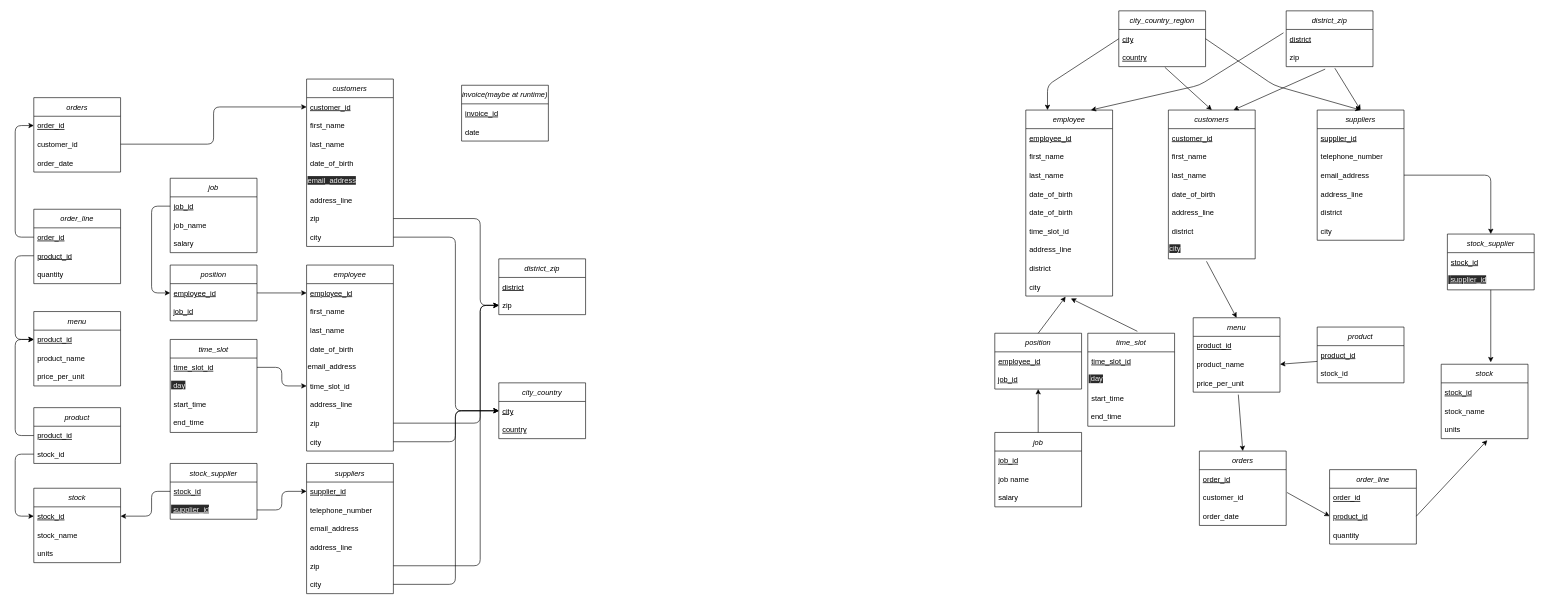
Above: page "Page-1" (1 of 2) of schema.drawio in BlackTea13/Fredie-And-Friends-Coffee (draw.io), before the change. Source tidied: cells renumbered, new cells numbered last; positions are measured from the earlier drawing's top-left corner, leaving out a move shared by most shapes. Both pictures are drawn from the tidied source at 62%, with x=0, y=0 at pixel (15, 11).
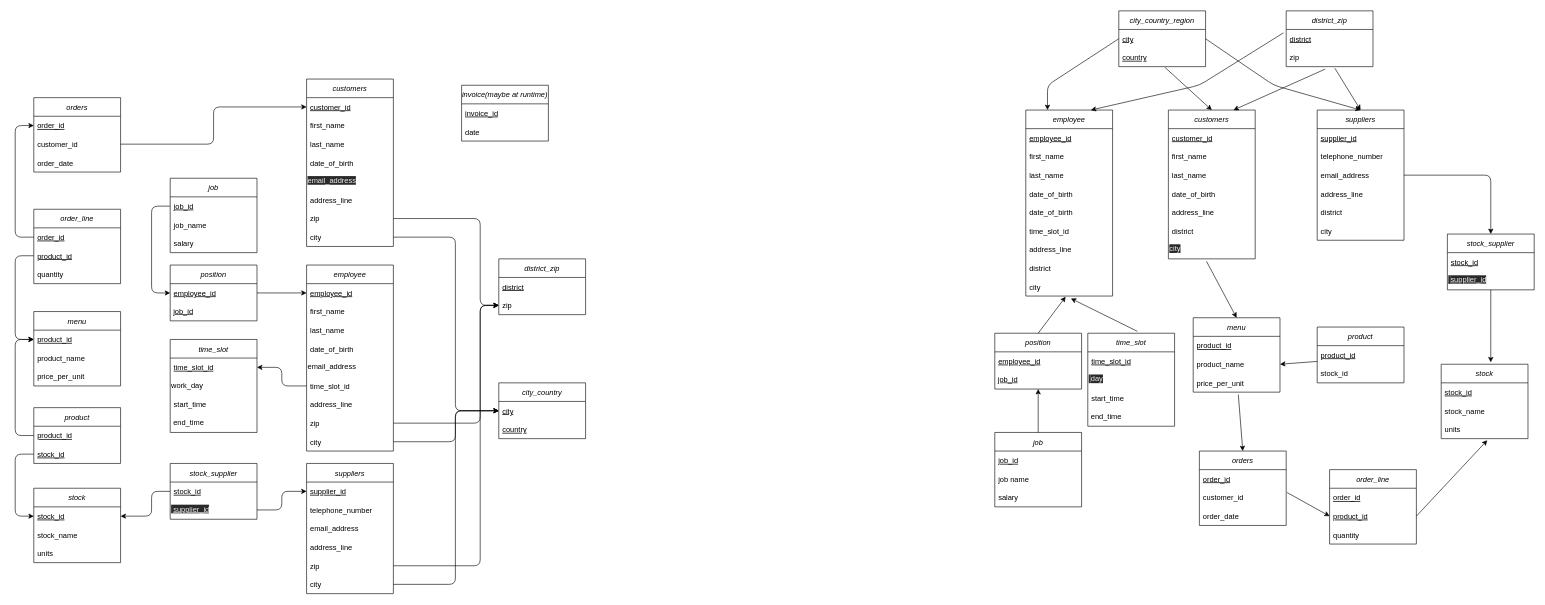
Above is the later version.

Unchanged cells that the change refers to:
```xml
<mxCell id="32" value="time_slot" style="swimlane;fontStyle=2;horizontal=1;startSize=30;" parent="1" vertex="1">
  <mxGeometry x="250" y="530" width="140" height="150" as="geometry" />
</mxCell>
<mxCell id="33" value="time_slot_id" style="text;strokeColor=none;fillColor=none;align=left;verticalAlign=middle;spacingLeft=4;spacingRight=4;overflow=hidden;points=[[0,0.5],[1,0.5]];portConstraint=eastwest;fontStyle=4;" parent="32" vertex="1">
  <mxGeometry y="30" width="140" height="30" as="geometry" />
</mxCell>
<mxCell id="53" value="time_slot_id" style="text;strokeColor=none;fillColor=none;align=left;verticalAlign=middle;spacingLeft=4;spacingRight=4;overflow=hidden;points=[[0,0.5],[1,0.5]];portConstraint=eastwest;" parent="47" vertex="1">
  <mxGeometry y="180" width="140" height="30" as="geometry" />
</mxCell>
<mxCell id="60" value="product" style="swimlane;fontStyle=2;horizontal=1;startSize=30;" parent="1" vertex="1">
  <mxGeometry x="30" y="640" width="140" height="90" as="geometry" />
</mxCell>
```

What changed in the source:
```diff
@@
-    <mxCell id="34" value="&lt;span style=&quot;color: rgb(240 , 240 , 240) ; font-family: &amp;#34;helvetica&amp;#34; ; font-size: 12px ; font-style: normal ; font-weight: 400 ; letter-spacing: normal ; text-align: left ; text-indent: 0px ; text-transform: none ; word-spacing: 0px ; background-color: rgb(42 , 42 , 42) ; display: inline ; float: none&quot;&gt;&amp;nbsp;&lt;/span&gt;&lt;span style=&quot;color: rgb(240 , 240 , 240) ; font-family: &amp;#34;helvetica&amp;#34; ; font-size: 12px ; font-style: normal ; font-weight: 400 ; letter-spacing: normal ; text-align: left ; text-indent: 0px ; text-transform: none ; word-spacing: 0px ; background-color: rgb(42 , 42 , 42) ; display: inline ; float: none&quot;&gt;day&lt;/span&gt;" style="text;whiteSpace=wrap;html=1;" parent="32" vertex="1">
+    <mxCell id="34" value="&lt;font face=&quot;helvetica&quot;&gt;work_day&lt;/font&gt;" style="text;whiteSpace=wrap;html=1;" parent="32" vertex="1">
       <mxGeometry y="60" width="140" height="30" as="geometry" />
     </mxCell>
@@
-    <mxCell id="62" value="stock_id" style="text;strokeColor=none;fillColor=none;align=left;verticalAlign=middle;spacingLeft=4;spacingRight=4;overflow=hidden;points=[[0,0.5],[1,0.5]];portConstraint=eastwest;" parent="60" vertex="1">
+    <mxCell id="62" value="stock_id" style="text;strokeColor=none;fillColor=none;align=left;verticalAlign=middle;spacingLeft=4;spacingRight=4;overflow=hidden;points=[[0,0.5],[1,0.5]];portConstraint=eastwest;fontStyle=4;" parent="60" vertex="1">
       <mxGeometry y="60" width="140" height="30" as="geometry" />
     </mxCell>
@@
-    <mxCell id="138" style="endArrow=classic;html=1;exitX=1;exitY=0.5;exitDx=0;exitDy=0;entryX=0;entryY=0.5;entryDx=0;entryDy=0;" parent="1" edge="1" source="33" target="53">
+    <mxCell id="138" style="endArrow=none;html=1;exitX=1;exitY=0.5;exitDx=0;exitDy=0;entryX=0;entryY=0.5;entryDx=0;entryDy=0;endFill=0;startArrow=classic;startFill=1;" parent="1" edge="1" source="33" target="53">
       <mxGeometry relative="1" as="geometry">
         <Array as="points">
           <mxPoint x="430" y="575" />
           <mxPoint x="430" y="605" />
         </Array>
       </mxGeometry>
     </mxCell>
```
